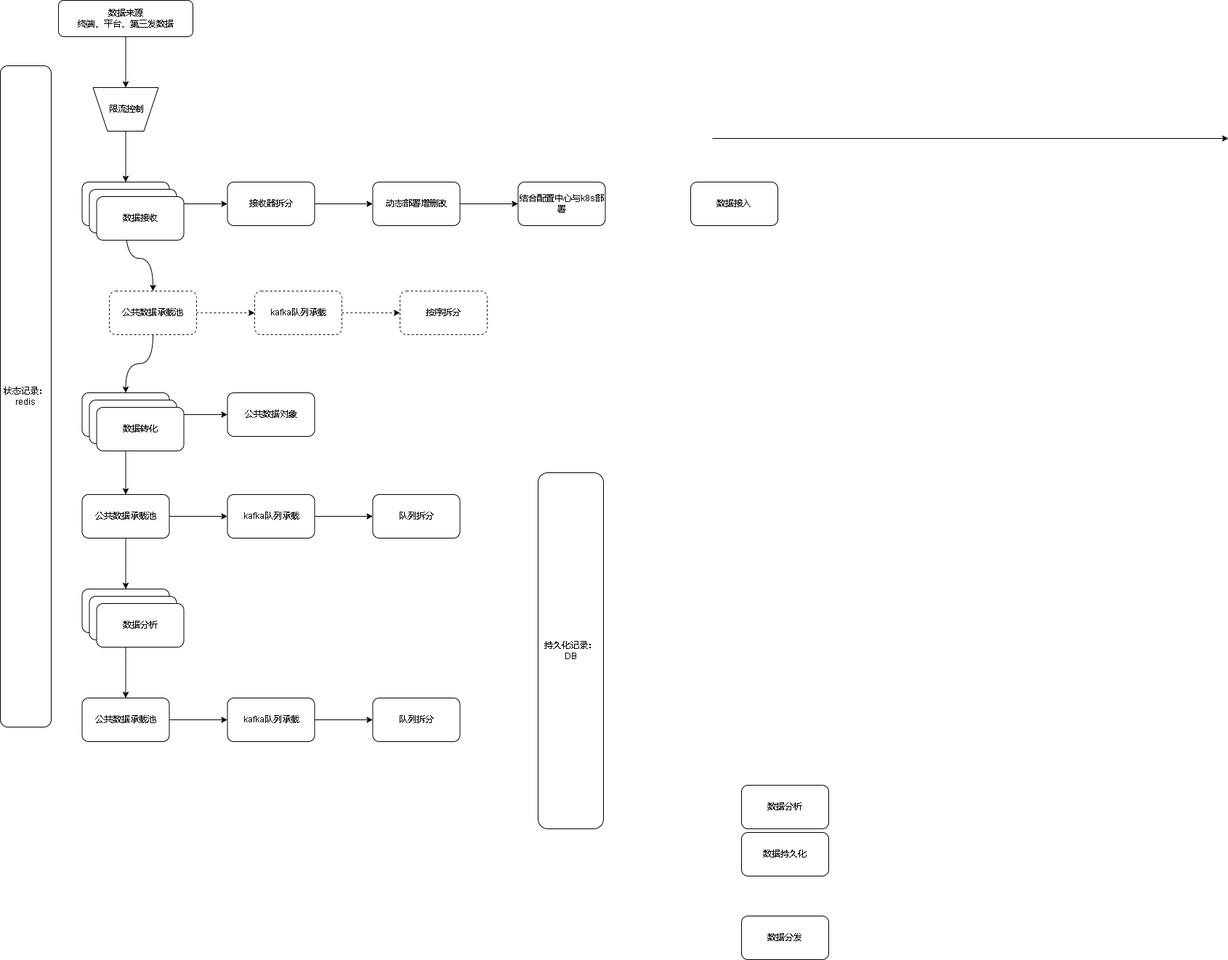
This is 808后台架构.drawio.png from xktder/draw, a draw.io export, as it was before one commit. Source tidied: cells renumbered, new cells last; positions are measured from the earlier drawing's top-left corner, leaving out a move shared by most shapes.
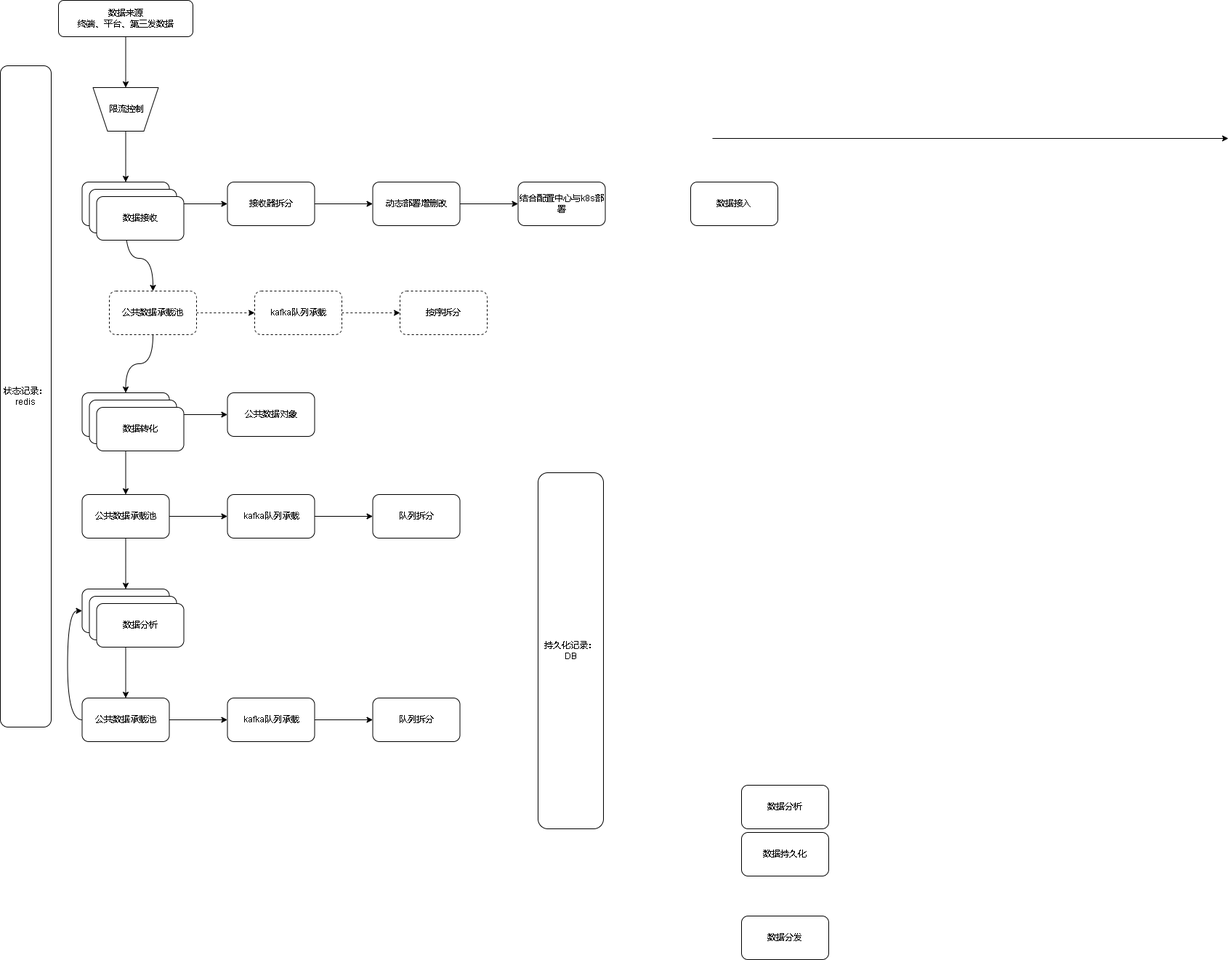
Later version of the same file.

Commit message:
更新808后台架构.drawio.png

The edit, as a diff of the source:
```diff
@@ -137,6 +137,9 @@
     <mxCell id="45" style="edgeStyle=orthogonalEdgeStyle;curved=1;rounded=0;jettySize=auto;html=1;" parent="1" edge="1" source="46" target="48">
       <mxGeometry relative="1" as="geometry" />
     </mxCell>
+    <mxCell id="51" style="edgeStyle=orthogonalEdgeStyle;curved=1;rounded=0;jettySize=auto;html=1;entryX=0;entryY=0.5;entryDx=0;entryDy=0;exitX=0;exitY=0.5;exitDx=0;exitDy=0;" parent="1" edge="1" source="46" target="26">
+      <mxGeometry relative="1" as="geometry" />
+    </mxCell>
     <mxCell id="46" value="公共数据承载池" style="whiteSpace=wrap;html=1;rounded=1;" parent="1" vertex="1">
       <mxGeometry x="112.5" y="960" width="120" height="60" as="geometry" />
     </mxCell>
```
